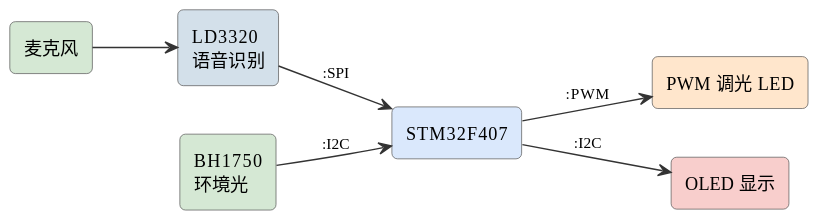
Earlier version of the PlantUML export assets/diagrams/ideas-fig2.svg (mingyi0818/IntelligentMcuCourse).
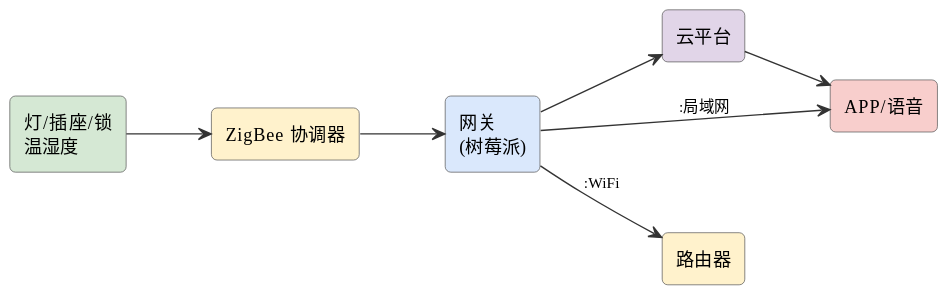
Later version of the same file.

What changed in the source:
```diff
@@ -6,15 +6,16 @@
 skinparam arrowFontSize 11
 skinparam arrowColor #333
 left to right direction
-rectangle "麦克风" as mic #d5e8d4
-rectangle "LD3320\n语音识别" as ld #d3e0ea
-rectangle "STM32F407" as stm #dae8fc
-rectangle "PWM 调光 LED" as led #ffe6cc
-rectangle "OLED 显示" as oled #f8cecc
-rectangle "BH1750\n环境光" as bh #d5e8d4
-mic --> ld
-ld --> stm : :SPI
-stm --> led : :PWM
-stm --> oled : :I2C
-bh --> stm : :I2C
+rectangle "灯/插座/锁\n温湿度" as dev #d5e8d4
+rectangle "ZigBee 协调器" as z #fff2cc
+rectangle "网关\n(树莓派)" as gw #dae8fc
+rectangle "云平台" as cloud #e1d5e8
+rectangle "APP/语音" as app #f8cecc
+rectangle "路由器" as r #fff2cc
+dev --> z
+z --> gw
+gw --> r : :WiFi
+gw --> cloud
+cloud --> app
+gw --> app : :局域网
 @enduml
```
